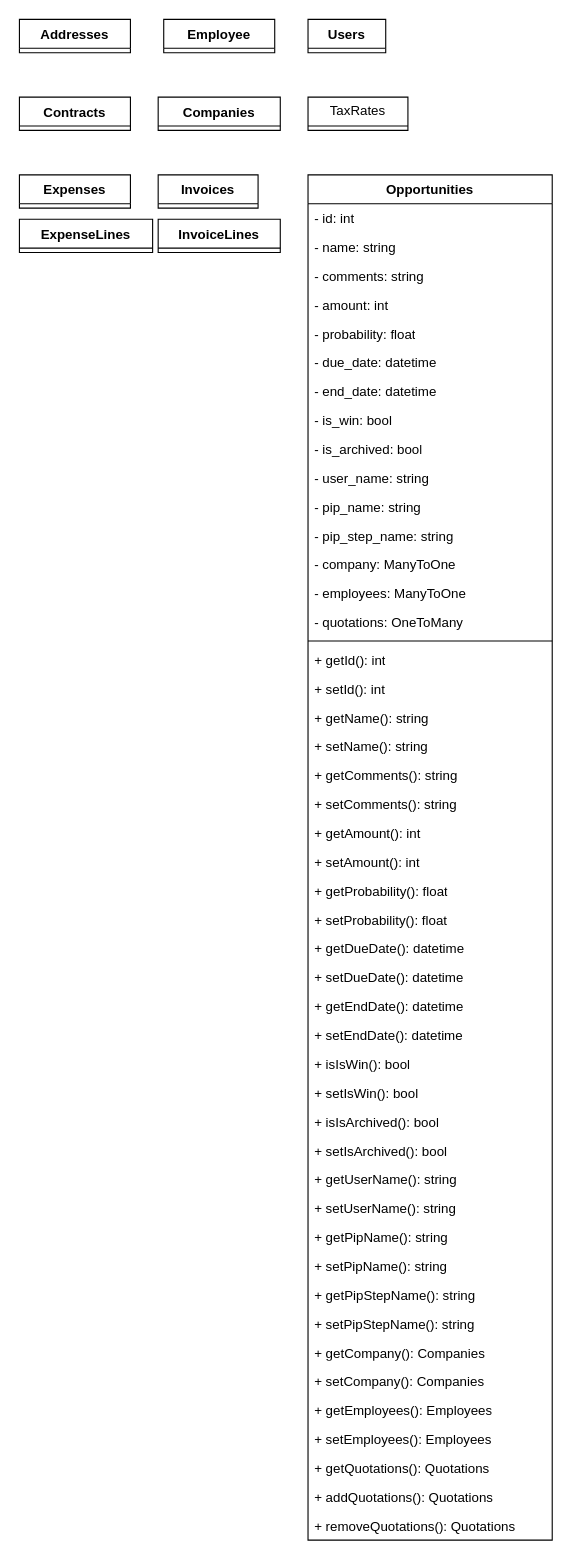
This is Diagramme sans nom.drawio from Eaulmesse/upit_erp_dev, a draw.io file, before an edit. Source tidied: cells renumbered, new cells numbered last; positions are measured from the earlier drawing's top-left corner, leaving out a move shared by most shapes. Both pictures are drawn from the tidied source at 111%, with x=0, y=0 at pixel (19, 19).
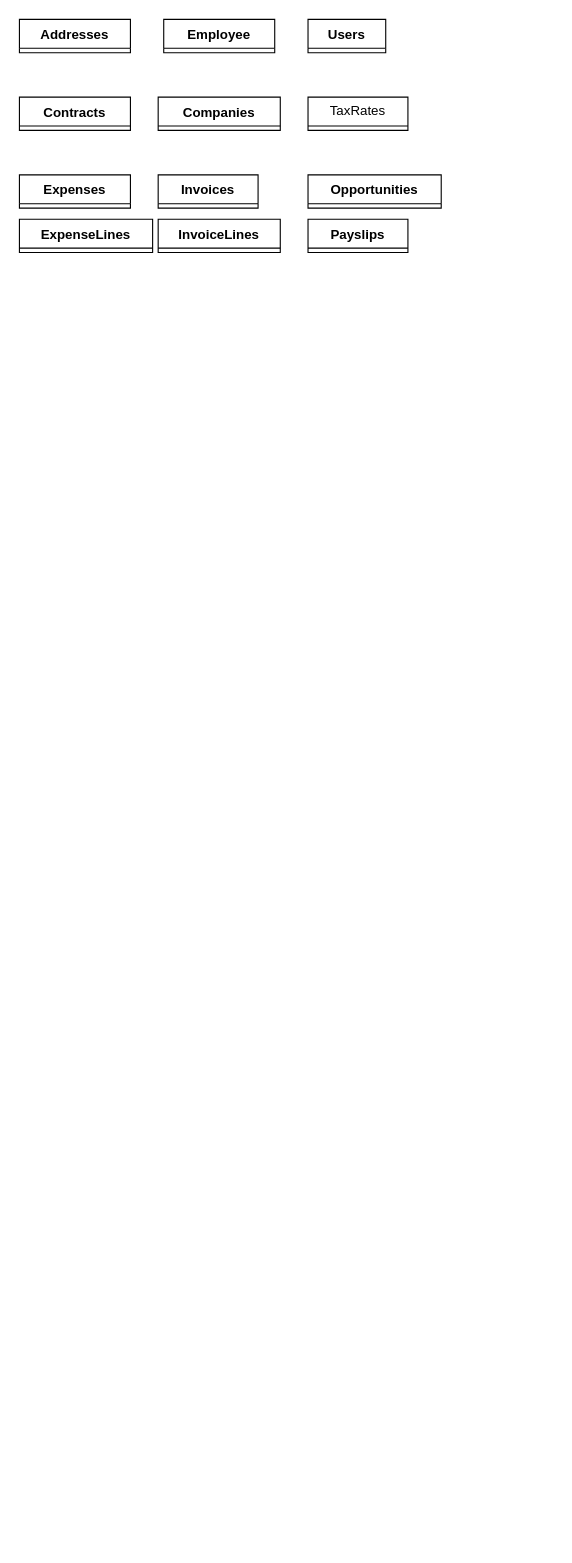
The same diagram, later.

Change to the diagram source:
```diff
@@
-    <mxCell id="12" value="Opportunities" style="swimlane;fontStyle=1;align=center;verticalAlign=top;horizontal=1;startSize=26;whiteSpace=wrap;html=1;" parent="1" vertex="1">
-      <mxGeometry x="260" y="140" width="220" height="1230" as="geometry" />
+    <mxCell id="12" value="Opportunities" style="swimlane;fontStyle=1;align=center;verticalAlign=top;horizontal=1;startSize=26;whiteSpace=wrap;html=1;" parent="1" vertex="1" collapsed="1">
+      <mxGeometry x="260" y="140" width="120" height="30" as="geometry" />
     </mxCell>
-    <mxCell id="13" value="- id: int" style="text;strokeColor=none;fillColor=none;align=left;verticalAlign=top;spacingLeft=4;spacingRight=4;overflow=hidden;whiteSpace=wrap;html=1;" parent="12" vertex="1">
-      <mxGeometry y="26" width="220" height="26" as="geometry" />
-    </mxCell>
-    <mxCell id="14" value="- name: string" style="text;strokeColor=none;fillColor=none;align=left;verticalAlign=top;spacingLeft=4;spacingRight=4;overflow=hidden;whiteSpace=wrap;html=1;" parent="12" vertex="1">
-      <mxGeometry y="52" width="220" height="26" as="geometry" />
-    </mxCell>
-    <mxCell id="15" value="- comments: string" style="text;strokeColor=none;fillColor=none;align=left;verticalAlign=top;spacingLeft=4;spacingRight=4;overflow=hidden;whiteSpace=wrap;html=1;" parent="12" vertex="1">
-      <mxGeometry y="78" width="220" height="26" as="geometry" />
-    </mxCell>
-    <mxCell id="16" value="- amount: int" style="text;strokeColor=none;fillColor=none;align=left;verticalAlign=top;spacingLeft=4;spacingRight=4;overflow=hidden;whiteSpace=wrap;html=1;" parent="12" vertex="1">
-      <mxGeometry y="104" width="220" height="26" as="geometry" />
-    </mxCell>
-    <mxCell id="17" value="- probability: float" style="text;strokeColor=none;fillColor=none;align=left;verticalAlign=top;spacingLeft=4;spacingRight=4;overflow=hidden;whiteSpace=wrap;html=1;" parent="12" vertex="1">
-      <mxGeometry y="130" width="220" height="26" as="geometry" />
-    </mxCell>
-    <mxCell id="18" value="- due_date: datetime" style="text;strokeColor=none;fillColor=none;align=left;verticalAlign=top;spacingLeft=4;spacingRight=4;overflow=hidden;whiteSpace=wrap;html=1;" parent="12" vertex="1">
-      <mxGeometry y="156" width="220" height="26" as="geometry" />
-    </mxCell>
-    <mxCell id="19" value="- end_date: datetime" style="text;strokeColor=none;fillColor=none;align=left;verticalAlign=top;spacingLeft=4;spacingRight=4;overflow=hidden;whiteSpace=wrap;html=1;" parent="12" vertex="1">
-      <mxGeometry y="182" width="220" height="26" as="geometry" />
-    </mxCell>
-    <mxCell id="20" value="- is_win: bool" style="text;strokeColor=none;fillColor=none;align=left;verticalAlign=top;spacingLeft=4;spacingRight=4;overflow=hidden;whiteSpace=wrap;html=1;" parent="12" vertex="1">
-      <mxGeometry y="208" width="220" height="26" as="geometry" />
-    </mxCell>
-    <mxCell id="21" value="- is_archived: bool" style="text;strokeColor=none;fillColor=none;align=left;verticalAlign=top;spacingLeft=4;spacingRight=4;overflow=hidden;whiteSpace=wrap;html=1;" parent="12" vertex="1">
-      <mxGeometry y="234" width="220" height="26" as="geometry" />
-    </mxCell>
-    <mxCell id="22" value="- user_name: string" style="text;strokeColor=none;fillColor=none;align=left;verticalAlign=top;spacingLeft=4;spacingRight=4;overflow=hidden;whiteSpace=wrap;html=1;" parent="12" vertex="1">
-      <mxGeometry y="260" width="220" height="26" as="geometry" />
-    </mxCell>
-    <mxCell id="23" value="- pip_name: string" style="text;strokeColor=none;fillColor=none;align=left;verticalAlign=top;spacingLeft=4;spacingRight=4;overflow=hidden;whiteSpace=wrap;html=1;" parent="12" vertex="1">
-      <mxGeometry y="286" width="220" height="26" as="geometry" />
-    </mxCell>
-    <mxCell id="24" value="- pip_step_name: string" style="text;strokeColor=none;fillColor=none;align=left;verticalAlign=top;spacingLeft=4;spacingRight=4;overflow=hidden;whiteSpace=wrap;html=1;" parent="12" vertex="1">
-      <mxGeometry y="312" width="220" height="26" as="geometry" />
-    </mxCell>
-    <mxCell id="25" value="- company: ManyToOne" style="text;strokeColor=none;fillColor=none;align=left;verticalAlign=top;spacingLeft=4;spacingRight=4;overflow=hidden;whiteSpace=wrap;html=1;" parent="12" vertex="1">
-      <mxGeometry y="338" width="220" height="26" as="geometry" />
-    </mxCell>
-    <mxCell id="26" value="- employees: ManyToOne" style="text;strokeColor=none;fillColor=none;align=left;verticalAlign=top;spacingLeft=4;spacingRight=4;overflow=hidden;whiteSpace=wrap;html=1;" parent="12" vertex="1">
-      <mxGeometry y="364" width="220" height="26" as="geometry" />
-    </mxCell>
-    <mxCell id="27" value="- quotations: OneToMany" style="text;strokeColor=none;fillColor=none;align=left;verticalAlign=top;spacingLeft=4;spacingRight=4;overflow=hidden;whiteSpace=wrap;html=1;" parent="12" vertex="1">
-      <mxGeometry y="390" width="220" height="26" as="geometry" />
-    </mxCell>
-    <mxCell id="28" style="line;strokeWidth=1;fillColor=none;align=left;verticalAlign=middle;spacingTop=-1;spacingLeft=3;spacingRight=3;labelPosition=right;strokeColor=inherit;" parent="12" vertex="1">
-      <mxGeometry y="416" width="220" height="8" as="geometry" />
-    </mxCell>
-    <mxCell id="29" value="+ getId(): int" style="text;strokeColor=none;fillColor=none;align=left;verticalAlign=top;spacingLeft=4;spacingRight=4;overflow=hidden;whiteSpace=wrap;html=1;" parent="12" vertex="1">
-      <mxGeometry y="424" width="220" height="26" as="geometry" />
-    </mxCell>
-    <mxCell id="30" value="+ setId(): int" style="text;strokeColor=none;fillColor=none;align=left;verticalAlign=top;spacingLeft=4;spacingRight=4;overflow=hidden;whiteSpace=wrap;html=1;" parent="12" vertex="1">
-      <mxGeometry y="450" width="220" height="26" as="geometry" />
-    </mxCell>
-    <mxCell id="31" value="+&amp;nbsp;getName&lt;span style=&quot;background-color: initial;&quot;&gt;(): string&lt;/span&gt;" style="text;strokeColor=none;fillColor=none;align=left;verticalAlign=top;spacingLeft=4;spacingRight=4;overflow=hidden;whiteSpace=wrap;html=1;" parent="12" vertex="1">
-      <mxGeometry y="476" width="220" height="26" as="geometry" />
-    </mxCell>
-    <mxCell id="32" value="+ setName&lt;span style=&quot;background-color: initial;&quot;&gt;(): string&lt;/span&gt;" style="text;strokeColor=none;fillColor=none;align=left;verticalAlign=top;spacingLeft=4;spacingRight=4;overflow=hidden;whiteSpace=wrap;html=1;" parent="12" vertex="1">
-      <mxGeometry y="502" width="220" height="26" as="geometry" />
-    </mxCell>
-    <mxCell id="33" value="+&amp;nbsp;getComments&lt;span style=&quot;background-color: initial;&quot;&gt;(): string&lt;/span&gt;" style="text;strokeColor=none;fillColor=none;align=left;verticalAlign=top;spacingLeft=4;spacingRight=4;overflow=hidden;whiteSpace=wrap;html=1;" parent="12" vertex="1">
-      <mxGeometry y="528" width="220" height="26" as="geometry" />
-    </mxCell>
-    <mxCell id="34" value="+ setComments&lt;span style=&quot;background-color: initial;&quot;&gt;(): string&lt;/span&gt;" style="text;strokeColor=none;fillColor=none;align=left;verticalAlign=top;spacingLeft=4;spacingRight=4;overflow=hidden;whiteSpace=wrap;html=1;" parent="12" vertex="1">
-      <mxGeometry y="554" width="220" height="26" as="geometry" />
-    </mxCell>
-    <mxCell id="35" value="+&amp;nbsp;getAmount&lt;span style=&quot;background-color: initial;&quot;&gt;(): int&lt;/span&gt;" style="text;strokeColor=none;fillColor=none;align=left;verticalAlign=top;spacingLeft=4;spacingRight=4;overflow=hidden;whiteSpace=wrap;html=1;" parent="12" vertex="1">
-      <mxGeometry y="580" width="220" height="26" as="geometry" />
-    </mxCell>
-    <mxCell id="36" value="+ setAmount&lt;span style=&quot;background-color: initial;&quot;&gt;(): int&lt;/span&gt;" style="text;strokeColor=none;fillColor=none;align=left;verticalAlign=top;spacingLeft=4;spacingRight=4;overflow=hidden;whiteSpace=wrap;html=1;" parent="12" vertex="1">
-      <mxGeometry y="606" width="220" height="26" as="geometry" />
-    </mxCell>
-    <mxCell id="37" value="+&amp;nbsp;getProbability&lt;span style=&quot;background-color: initial;&quot;&gt;(): float&lt;/span&gt;" style="text;strokeColor=none;fillColor=none;align=left;verticalAlign=top;spacingLeft=4;spacingRight=4;overflow=hidden;whiteSpace=wrap;html=1;" parent="12" vertex="1">
-      <mxGeometry y="632" width="220" height="26" as="geometry" />
-    </mxCell>
-    <mxCell id="38" value="+ setProbability&lt;span style=&quot;background-color: initial;&quot;&gt;(): float&lt;/span&gt;" style="text;strokeColor=none;fillColor=none;align=left;verticalAlign=top;spacingLeft=4;spacingRight=4;overflow=hidden;whiteSpace=wrap;html=1;" parent="12" vertex="1">
-      <mxGeometry y="658" width="220" height="26" as="geometry" />
-    </mxCell>
-    <mxCell id="39" value="+&amp;nbsp;getDueDate&lt;span style=&quot;background-color: initial;&quot;&gt;(): datetime&lt;/span&gt;" style="text;strokeColor=none;fillColor=none;align=left;verticalAlign=top;spacingLeft=4;spacingRight=4;overflow=hidden;whiteSpace=wrap;html=1;" parent="12" vertex="1">
-      <mxGeometry y="684" width="220" height="26" as="geometry" />
-    </mxCell>
-    <mxCell id="40" value="+ setDueDate&lt;span style=&quot;background-color: initial;&quot;&gt;(): datetime&lt;/span&gt;" style="text;strokeColor=none;fillColor=none;align=left;verticalAlign=top;spacingLeft=4;spacingRight=4;overflow=hidden;whiteSpace=wrap;html=1;" parent="12" vertex="1">
-      <mxGeometry y="710" width="220" height="26" as="geometry" />
-    </mxCell>
-    <mxCell id="41" value="+&amp;nbsp;getEndDate&lt;span style=&quot;background-color: initial;&quot;&gt;(): datetime&lt;/span&gt;" style="text;strokeColor=none;fillColor=none;align=left;verticalAlign=top;spacingLeft=4;spacingRight=4;overflow=hidden;whiteSpace=wrap;html=1;" parent="12" vertex="1">
-      <mxGeometry y="736" width="220" height="26" as="geometry" />
-    </mxCell>
-    <mxCell id="42" value="+ setEndDate&lt;span style=&quot;background-color: initial;&quot;&gt;(): datetime&lt;/span&gt;" style="text;strokeColor=none;fillColor=none;align=left;verticalAlign=top;spacingLeft=4;spacingRight=4;overflow=hidden;whiteSpace=wrap;html=1;" parent="12" vertex="1">
-      <mxGeometry y="762" width="220" height="26" as="geometry" />
-    </mxCell>
-    <mxCell id="43" value="+&amp;nbsp;isIsWin&lt;span style=&quot;background-color: initial;&quot;&gt;(): bool&lt;/span&gt;" style="text;strokeColor=none;fillColor=none;align=left;verticalAlign=top;spacingLeft=4;spacingRight=4;overflow=hidden;whiteSpace=wrap;html=1;" parent="12" vertex="1">
-      <mxGeometry y="788" width="220" height="26" as="geometry" />
-    </mxCell>
-    <mxCell id="44" value="+ setIsWin&lt;span style=&quot;background-color: initial;&quot;&gt;(): bool&lt;/span&gt;" style="text;strokeColor=none;fillColor=none;align=left;verticalAlign=top;spacingLeft=4;spacingRight=4;overflow=hidden;whiteSpace=wrap;html=1;" parent="12" vertex="1">
-      <mxGeometry y="814" width="220" height="26" as="geometry" />
-    </mxCell>
-    <mxCell id="45" value="+&amp;nbsp;isIsArchived&lt;span style=&quot;background-color: initial;&quot;&gt;(): bool&lt;/span&gt;" style="text;strokeColor=none;fillColor=none;align=left;verticalAlign=top;spacingLeft=4;spacingRight=4;overflow=hidden;whiteSpace=wrap;html=1;" parent="12" vertex="1">
-      <mxGeometry y="840" width="220" height="26" as="geometry" />
-    </mxCell>
-    <mxCell id="46" value="+ setIsArchived&lt;span style=&quot;background-color: initial;&quot;&gt;(): bool&lt;/span&gt;" style="text;strokeColor=none;fillColor=none;align=left;verticalAlign=top;spacingLeft=4;spacingRight=4;overflow=hidden;whiteSpace=wrap;html=1;" parent="12" vertex="1">
-      <mxGeometry y="866" width="220" height="26" as="geometry" />
-    </mxCell>
-    <mxCell id="47" value="+&amp;nbsp;getUserName&lt;span style=&quot;background-color: initial;&quot;&gt;(): string&lt;/span&gt;" style="text;strokeColor=none;fillColor=none;align=left;verticalAlign=top;spacingLeft=4;spacingRight=4;overflow=hidden;whiteSpace=wrap;html=1;" parent="12" vertex="1">
-      <mxGeometry y="892" width="220" height="26" as="geometry" />
-    </mxCell>
-    <mxCell id="48" value="+ setUserName&lt;span style=&quot;background-color: initial;&quot;&gt;(): string&lt;/span&gt;" style="text;strokeColor=none;fillColor=none;align=left;verticalAlign=top;spacingLeft=4;spacingRight=4;overflow=hidden;whiteSpace=wrap;html=1;" parent="12" vertex="1">
-      <mxGeometry y="918" width="220" height="26" as="geometry" />
-    </mxCell>
-    <mxCell id="49" value="+&amp;nbsp;getPipName&lt;span style=&quot;background-color: initial;&quot;&gt;(): string&lt;/span&gt;" style="text;strokeColor=none;fillColor=none;align=left;verticalAlign=top;spacingLeft=4;spacingRight=4;overflow=hidden;whiteSpace=wrap;html=1;" parent="12" vertex="1">
-      <mxGeometry y="944" width="220" height="26" as="geometry" />
-    </mxCell>
-    <mxCell id="50" value="+ setPipName&lt;span style=&quot;background-color: initial;&quot;&gt;(): string&lt;/span&gt;" style="text;strokeColor=none;fillColor=none;align=left;verticalAlign=top;spacingLeft=4;spacingRight=4;overflow=hidden;whiteSpace=wrap;html=1;" parent="12" vertex="1">
-      <mxGeometry y="970" width="220" height="26" as="geometry" />
-    </mxCell>
-    <mxCell id="51" value="+&amp;nbsp;getPipStepName&lt;span style=&quot;background-color: initial;&quot;&gt;(): string&lt;/span&gt;" style="text;strokeColor=none;fillColor=none;align=left;verticalAlign=top;spacingLeft=4;spacingRight=4;overflow=hidden;whiteSpace=wrap;html=1;" parent="12" vertex="1">
-      <mxGeometry y="996" width="220" height="26" as="geometry" />
-    </mxCell>
-    <mxCell id="52" value="+ setPipStepName&lt;span style=&quot;background-color: initial;&quot;&gt;(): string&lt;/span&gt;" style="text;strokeColor=none;fillColor=none;align=left;verticalAlign=top;spacingLeft=4;spacingRight=4;overflow=hidden;whiteSpace=wrap;html=1;" parent="12" vertex="1">
-      <mxGeometry y="1022" width="220" height="26" as="geometry" />
-    </mxCell>
-    <mxCell id="53" value="+&amp;nbsp;getCompany&lt;span style=&quot;background-color: initial;&quot;&gt;(): Companies&lt;/span&gt;" style="text;strokeColor=none;fillColor=none;align=left;verticalAlign=top;spacingLeft=4;spacingRight=4;overflow=hidden;whiteSpace=wrap;html=1;" parent="12" vertex="1">
-      <mxGeometry y="1048" width="220" height="26" as="geometry" />
-    </mxCell>
-    <mxCell id="54" value="+ setCompany&lt;span style=&quot;background-color: initial;&quot;&gt;(): Companies&lt;/span&gt;" style="text;strokeColor=none;fillColor=none;align=left;verticalAlign=top;spacingLeft=4;spacingRight=4;overflow=hidden;whiteSpace=wrap;html=1;" parent="12" vertex="1">
-      <mxGeometry y="1074" width="220" height="26" as="geometry" />
-    </mxCell>
-    <mxCell id="55" value="+&amp;nbsp;getEmployees&lt;span style=&quot;background-color: initial;&quot;&gt;(): Employees&lt;/span&gt;" style="text;strokeColor=none;fillColor=none;align=left;verticalAlign=top;spacingLeft=4;spacingRight=4;overflow=hidden;whiteSpace=wrap;html=1;" parent="12" vertex="1">
-      <mxGeometry y="1100" width="220" height="26" as="geometry" />
-    </mxCell>
-    <mxCell id="56" value="+ setEmployees&lt;span style=&quot;background-color: initial;&quot;&gt;(): Employees&lt;/span&gt;" style="text;strokeColor=none;fillColor=none;align=left;verticalAlign=top;spacingLeft=4;spacingRight=4;overflow=hidden;whiteSpace=wrap;html=1;" parent="12" vertex="1">
-      <mxGeometry y="1126" width="220" height="26" as="geometry" />
-    </mxCell>
-    <mxCell id="57" value="+&amp;nbsp;getQuotations&lt;span style=&quot;background-color: initial;&quot;&gt;(): Quotations&lt;/span&gt;" style="text;strokeColor=none;fillColor=none;align=left;verticalAlign=top;spacingLeft=4;spacingRight=4;overflow=hidden;whiteSpace=wrap;html=1;" parent="12" vertex="1">
-      <mxGeometry y="1152" width="220" height="26" as="geometry" />
-    </mxCell>
-    <mxCell id="58" value="+ addQuotations&lt;span style=&quot;background-color: initial;&quot;&gt;(): Quotations&lt;/span&gt;" style="text;strokeColor=none;fillColor=none;align=left;verticalAlign=top;spacingLeft=4;spacingRight=4;overflow=hidden;whiteSpace=wrap;html=1;" parent="12" vertex="1">
-      <mxGeometry y="1178" width="220" height="26" as="geometry" />
-    </mxCell>
-    <mxCell id="59" value="+ removeQuotations&lt;span style=&quot;background-color: initial;&quot;&gt;(): Quotations&lt;/span&gt;" style="text;strokeColor=none;fillColor=none;align=left;verticalAlign=top;spacingLeft=4;spacingRight=4;overflow=hidden;whiteSpace=wrap;html=1;" parent="12" vertex="1">
-      <mxGeometry y="1204" width="220" height="26" as="geometry" />
-    </mxCell>
+    <mxCell id="60" value="Payslips" style="swimlane;fontStyle=1;align=center;verticalAlign=top;horizontal=1;startSize=26;whiteSpace=wrap;html=1;" parent="1" vertex="1" collapsed="1">
+      <mxGeometry x="260" y="180" width="90" height="30" as="geometry" />
+    </mxCell>
```
